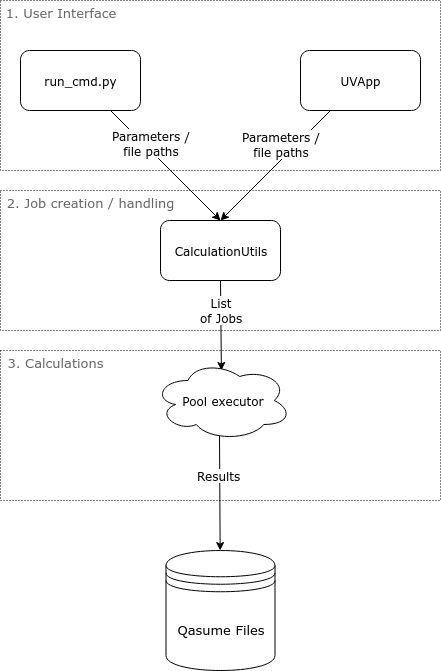
pec0ra/buvic keeps this draw.io diagram as assets/technical_detail_1.png. Above is the earlier version. Source tidied: cells renumbered, new cells last; positions are measured from the earlier drawing's top-left corner, leaving out a move shared by most shapes.
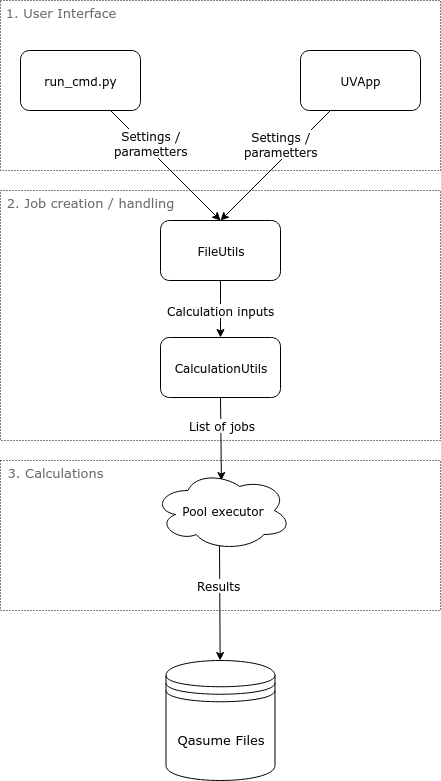
Later version of the same file.

The edit, as a diff of the source:
```diff
@@ -3,10 +3,10 @@
     <mxCell id="0" />
     <mxCell id="1" parent="0" />
     <mxCell id="2" style="rounded=0;whiteSpace=wrap;html=1;fontFamily=Verdana;dashed=1;dashPattern=1 2;fillColor=none;" parent="1" vertex="1">
-      <mxGeometry y="350" width="440" height="150" as="geometry" />
+      <mxGeometry y="460" width="440" height="150" as="geometry" />
     </mxCell>
     <mxCell id="3" style="rounded=0;whiteSpace=wrap;html=1;fontFamily=Verdana;dashed=1;dashPattern=1 2;fillColor=none;" parent="1" vertex="1">
-      <mxGeometry y="190" width="440" height="140" as="geometry" />
+      <mxGeometry y="190" width="440" height="250" as="geometry" />
     </mxCell>
     <mxCell id="4" style="rounded=0;whiteSpace=wrap;html=1;fontFamily=Verdana;dashed=1;dashPattern=1 2;fillColor=none;" parent="1" vertex="1">
       <mxGeometry width="440" height="170" as="geometry" />
@@ -17,13 +17,13 @@
     <mxCell id="6" value="UVApp" style="rounded=1;whiteSpace=wrap;html=1;fontFamily=Verdana;" parent="1" vertex="1">
       <mxGeometry x="300" y="50" width="120" height="60" as="geometry" />
     </mxCell>
-    <mxCell id="7" value="CalculationUtils" style="rounded=1;whiteSpace=wrap;html=1;fontFamily=Verdana;" parent="1" vertex="1">
+    <mxCell id="7" value="FileUtils" style="rounded=1;whiteSpace=wrap;html=1;fontFamily=Verdana;" parent="1" vertex="1">
       <mxGeometry x="160" y="220" width="120" height="60" as="geometry" />
     </mxCell>
     <mxCell id="8" style="endArrow=classic;html=1;exitX=0.75;exitY=1;exitDx=0;exitDy=0;entryX=0.5;entryY=0;entryDx=0;entryDy=0;fontFamily=Verdana;" parent="1" edge="1" source="5" target="7">
       <mxGeometry relative="1" as="geometry" />
     </mxCell>
-    <mxCell id="9" value="&lt;div&gt;Parameters /&lt;/div&gt;&lt;div&gt;file paths&lt;br&gt;&lt;/div&gt;" style="text;html=1;align=center;verticalAlign=middle;labelBackgroundColor=#ffffff;fontFamily=Verdana;" parent="8" vertex="1">
+    <mxCell id="9" value="&lt;div&gt;Settings /&lt;/div&gt;&lt;div&gt;parametters&lt;br&gt;&lt;/div&gt;" style="text;html=1;align=center;verticalAlign=middle;labelBackgroundColor=#ffffff;fontFamily=Verdana;" parent="8" vertex="1">
       <mxGeometry x="-0.38" y="3" relative="1" as="geometry">
         <mxPoint x="4" as="offset" />
       </mxGeometry>
@@ -31,43 +31,60 @@
     <mxCell id="10" style="endArrow=classic;html=1;exitX=0.25;exitY=1;exitDx=0;exitDy=0;entryX=0.5;entryY=0;entryDx=0;entryDy=0;fontFamily=Verdana;" parent="1" edge="1" source="6" target="7">
       <mxGeometry relative="1" as="geometry" />
     </mxCell>
-    <mxCell id="11" value="&lt;div&gt;Parameters /&lt;/div&gt;&lt;div&gt;file paths&lt;br&gt;&lt;/div&gt;" style="text;html=1;align=center;verticalAlign=middle;labelBackgroundColor=#ffffff;fontFamily=Verdana;" parent="10" vertex="1">
+    <mxCell id="11" value="&lt;div&gt;Settings /&lt;/div&gt;&lt;div&gt;parametters&lt;br&gt;&lt;/div&gt;" style="text;html=1;align=center;verticalAlign=middle;labelBackgroundColor=#ffffff;fontFamily=Verdana;" parent="10" vertex="1">
       <mxGeometry x="-0.43" y="1" relative="1" as="geometry">
         <mxPoint x="-18" as="offset" />
       </mxGeometry>
     </mxCell>
-    <mxCell id="12" style="endArrow=classic;html=1;exitX=0.5;exitY=1;exitDx=0;exitDy=0;entryX=0.492;entryY=0.125;entryDx=0;entryDy=0;entryPerimeter=0;fontFamily=Verdana;" parent="1" edge="1" source="7" target="14">
+    <mxCell id="12" style="endArrow=classic;html=1;exitX=0.5;exitY=1;exitDx=0;exitDy=0;entryX=0.492;entryY=0.125;entryDx=0;entryDy=0;entryPerimeter=0;fontFamily=Verdana;" parent="1" edge="1" source="22" target="15">
       <mxGeometry relative="1" as="geometry" />
     </mxCell>
     <mxCell id="13" value="&lt;div&gt;List&lt;/div&gt;&lt;div&gt;of Jobs&lt;br&gt;&lt;/div&gt;" style="text;html=1;align=center;verticalAlign=middle;labelBackgroundColor=#ffffff;fontFamily=Verdana;" parent="12" vertex="1">
       <mxGeometry x="-0.38" relative="1" as="geometry">
-        <mxPoint y="1" as="offset" />
+        <mxPoint y="91" as="offset" />
       </mxGeometry>
     </mxCell>
-    <mxCell id="14" value="Pool executor" style="ellipse;shape=cloud;whiteSpace=wrap;html=1;fontFamily=Verdana;" parent="1" vertex="1">
-      <mxGeometry x="153" y="360" width="138" height="80" as="geometry" />
+    <mxCell id="14" value="&lt;font&gt;List of jobs&lt;br&gt;&lt;/font&gt;" style="text;html=1;align=center;verticalAlign=middle;points=[];labelBackgroundColor=#ffffff;fontFamily=Verdana;" parent="12" vertex="1">
+      <mxGeometry x="-0.33" y="-3" relative="1" as="geometry">
+        <mxPoint x="4" y="-1" as="offset" />
+      </mxGeometry>
     </mxCell>
-    <mxCell id="15" style="endArrow=classic;html=1;fontFamily=Verdana;" parent="1" edge="1" target="20">
-      <mxGeometry relative="1" as="geometry">
-        <mxPoint x="219" y="435" as="sourcePoint" />
-      </mxGeometry>
+    <mxCell id="15" value="Pool executor" style="ellipse;shape=cloud;whiteSpace=wrap;html=1;fontFamily=Verdana;" parent="1" vertex="1">
+      <mxGeometry x="153" y="470" width="138" height="80" as="geometry" />
     </mxCell>
-    <mxCell id="16" value="Results" style="text;html=1;align=center;verticalAlign=middle;labelBackgroundColor=#ffffff;fontFamily=Verdana;" parent="15" vertex="1">
-      <mxGeometry x="-0.34" y="-3" relative="1" as="geometry">
-        <mxPoint x="2" y="1" as="offset" />
+    <mxCell id="16" style="endArrow=classic;html=1;fontFamily=Verdana;" parent="1" edge="1" target="21">
+      <mxGeometry relative="1" as="geometry">
+        <mxPoint x="219" y="545" as="sourcePoint" />
       </mxGeometry>
     </mxCell>
-    <mxCell id="17" value="1. User Interface" style="text;html=1;strokeColor=none;fillColor=none;align=center;verticalAlign=middle;whiteSpace=wrap;rounded=0;dashed=1;dashPattern=1 2;fontFamily=Verdana;fontSize=13;fontColor=#666666;" parent="1" vertex="1">
-      <mxGeometry y="2" width="120" height="20" as="geometry" />
+    <mxCell id="17" value="Results" style="text;html=1;align=center;verticalAlign=middle;labelBackgroundColor=#ffffff;fontFamily=Verdana;" parent="16" vertex="1">
+      <mxGeometry x="-0.34" y="-3" relative="1" as="geometry">
+        <mxPoint x="2" y="1" as="offset" />
+      </mxGeometry>
     </mxCell>
-    <mxCell id="18" value="2. Job creation / handling" style="text;html=1;strokeColor=none;fillColor=none;align=center;verticalAlign=middle;whiteSpace=wrap;rounded=0;dashed=1;dashPattern=1 2;fontFamily=Verdana;fontSize=13;fontColor=#666666;" parent="1" vertex="1">
-      <mxGeometry y="192" width="180" height="20" as="geometry" />
+    <mxCell id="18" value="1. User Interface" style="text;html=1;strokeColor=none;fillColor=none;align=center;verticalAlign=middle;whiteSpace=wrap;rounded=0;dashed=1;dashPattern=1 2;fontFamily=Verdana;fontSize=13;fontColor=#666666;" parent="1" vertex="1">
+      <mxGeometry y="2" width="120" height="20" as="geometry" />
     </mxCell>
-    <mxCell id="19" value="3. Calculations" style="text;html=1;strokeColor=none;fillColor=none;align=center;verticalAlign=middle;whiteSpace=wrap;rounded=0;dashed=1;dashPattern=1 2;fontFamily=Verdana;fontSize=13;fontColor=#666666;" parent="1" vertex="1">
-      <mxGeometry y="352" width="110" height="20" as="geometry" />
+    <mxCell id="19" value="2. Job creation / handling" style="text;html=1;strokeColor=none;fillColor=none;align=center;verticalAlign=middle;whiteSpace=wrap;rounded=0;dashed=1;dashPattern=1 2;fontFamily=Verdana;fontSize=13;fontColor=#666666;" parent="1" vertex="1">
+      <mxGeometry y="192" width="180" height="20" as="geometry" />
     </mxCell>
-    <mxCell id="20" value="Qasume Files" style="shape=datastore;whiteSpace=wrap;html=1;fillColor=none;fontFamily=Verdana;fontSize=13;fontColor=#000000;" parent="1" vertex="1">
-      <mxGeometry x="165.5" y="550" width="109" height="120" as="geometry" />
+    <mxCell id="20" value="3. Calculations" style="text;html=1;strokeColor=none;fillColor=none;align=center;verticalAlign=middle;whiteSpace=wrap;rounded=0;dashed=1;dashPattern=1 2;fontFamily=Verdana;fontSize=13;fontColor=#666666;" parent="1" vertex="1">
+      <mxGeometry y="462" width="110" height="20" as="geometry" />
     </mxCell>
+    <mxCell id="21" value="Qasume Files" style="shape=datastore;whiteSpace=wrap;html=1;fillColor=none;fontFamily=Verdana;fontSize=13;fontColor=#000000;" parent="1" vertex="1">
+      <mxGeometry x="165.5" y="660" width="109" height="120" as="geometry" />
+    </mxCell>
+    <mxCell id="22" value="CalculationUtils" style="rounded=1;whiteSpace=wrap;html=1;fontFamily=Verdana;" parent="1" vertex="1">
+      <mxGeometry x="160" y="337" width="120" height="60" as="geometry" />
+    </mxCell>
+    <mxCell id="23" value="&lt;font style=&quot;font-size: 12px;&quot;&gt;Calculation inputs&lt;/font&gt;" style="endArrow=classic;html=1;exitX=0.5;exitY=1;exitDx=0;exitDy=0;entryX=0.5;entryY=0;entryDx=0;entryDy=0;fontFamily=Verdana;fontSize=12;" parent="1" edge="1">
+      <mxGeometry x="0.05" relative="1" as="geometry">
+        <mxPoint x="220" y="280" as="sourcePoint" />
+        <mxPoint x="220" y="337" as="targetPoint" />
+        <Array as="points">
+          <mxPoint x="220" y="310" />
+        </Array>
+      </mxGeometry>
+    </mxCell>
   </root>
 </mxGraphModel>
```
